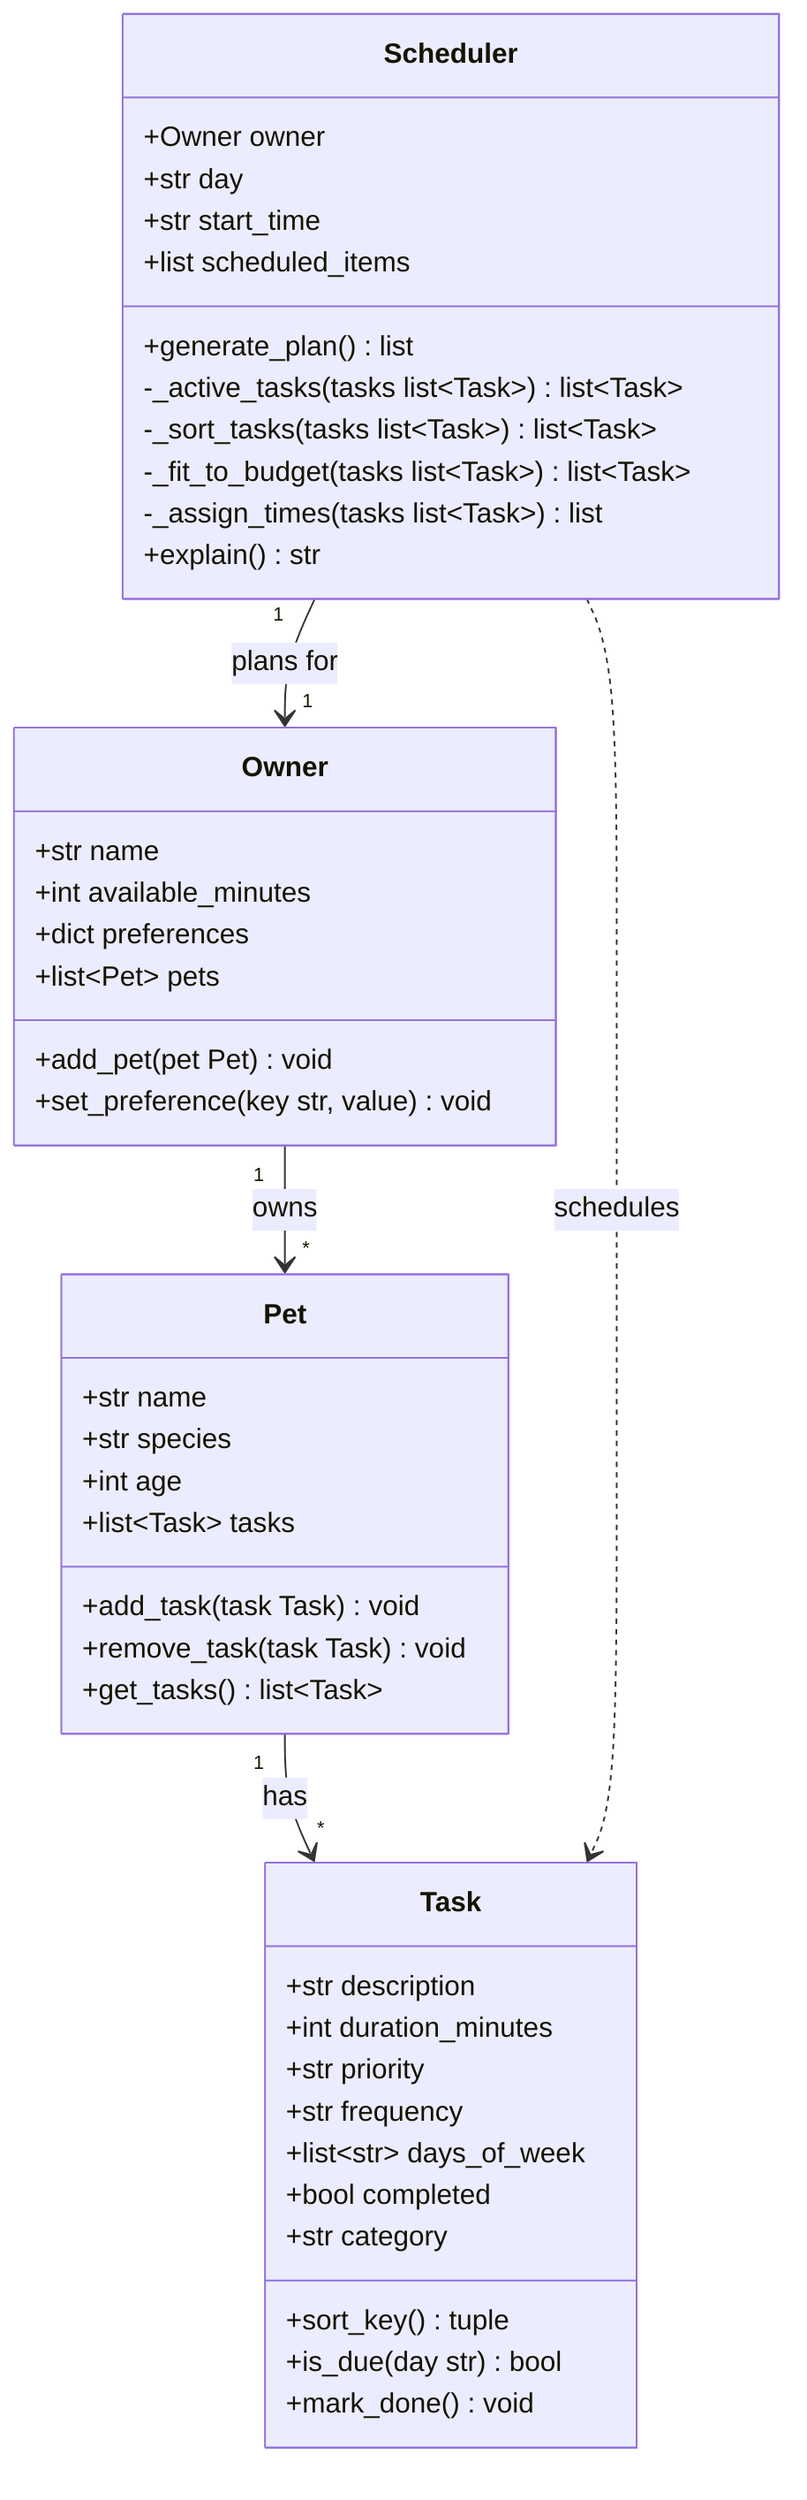
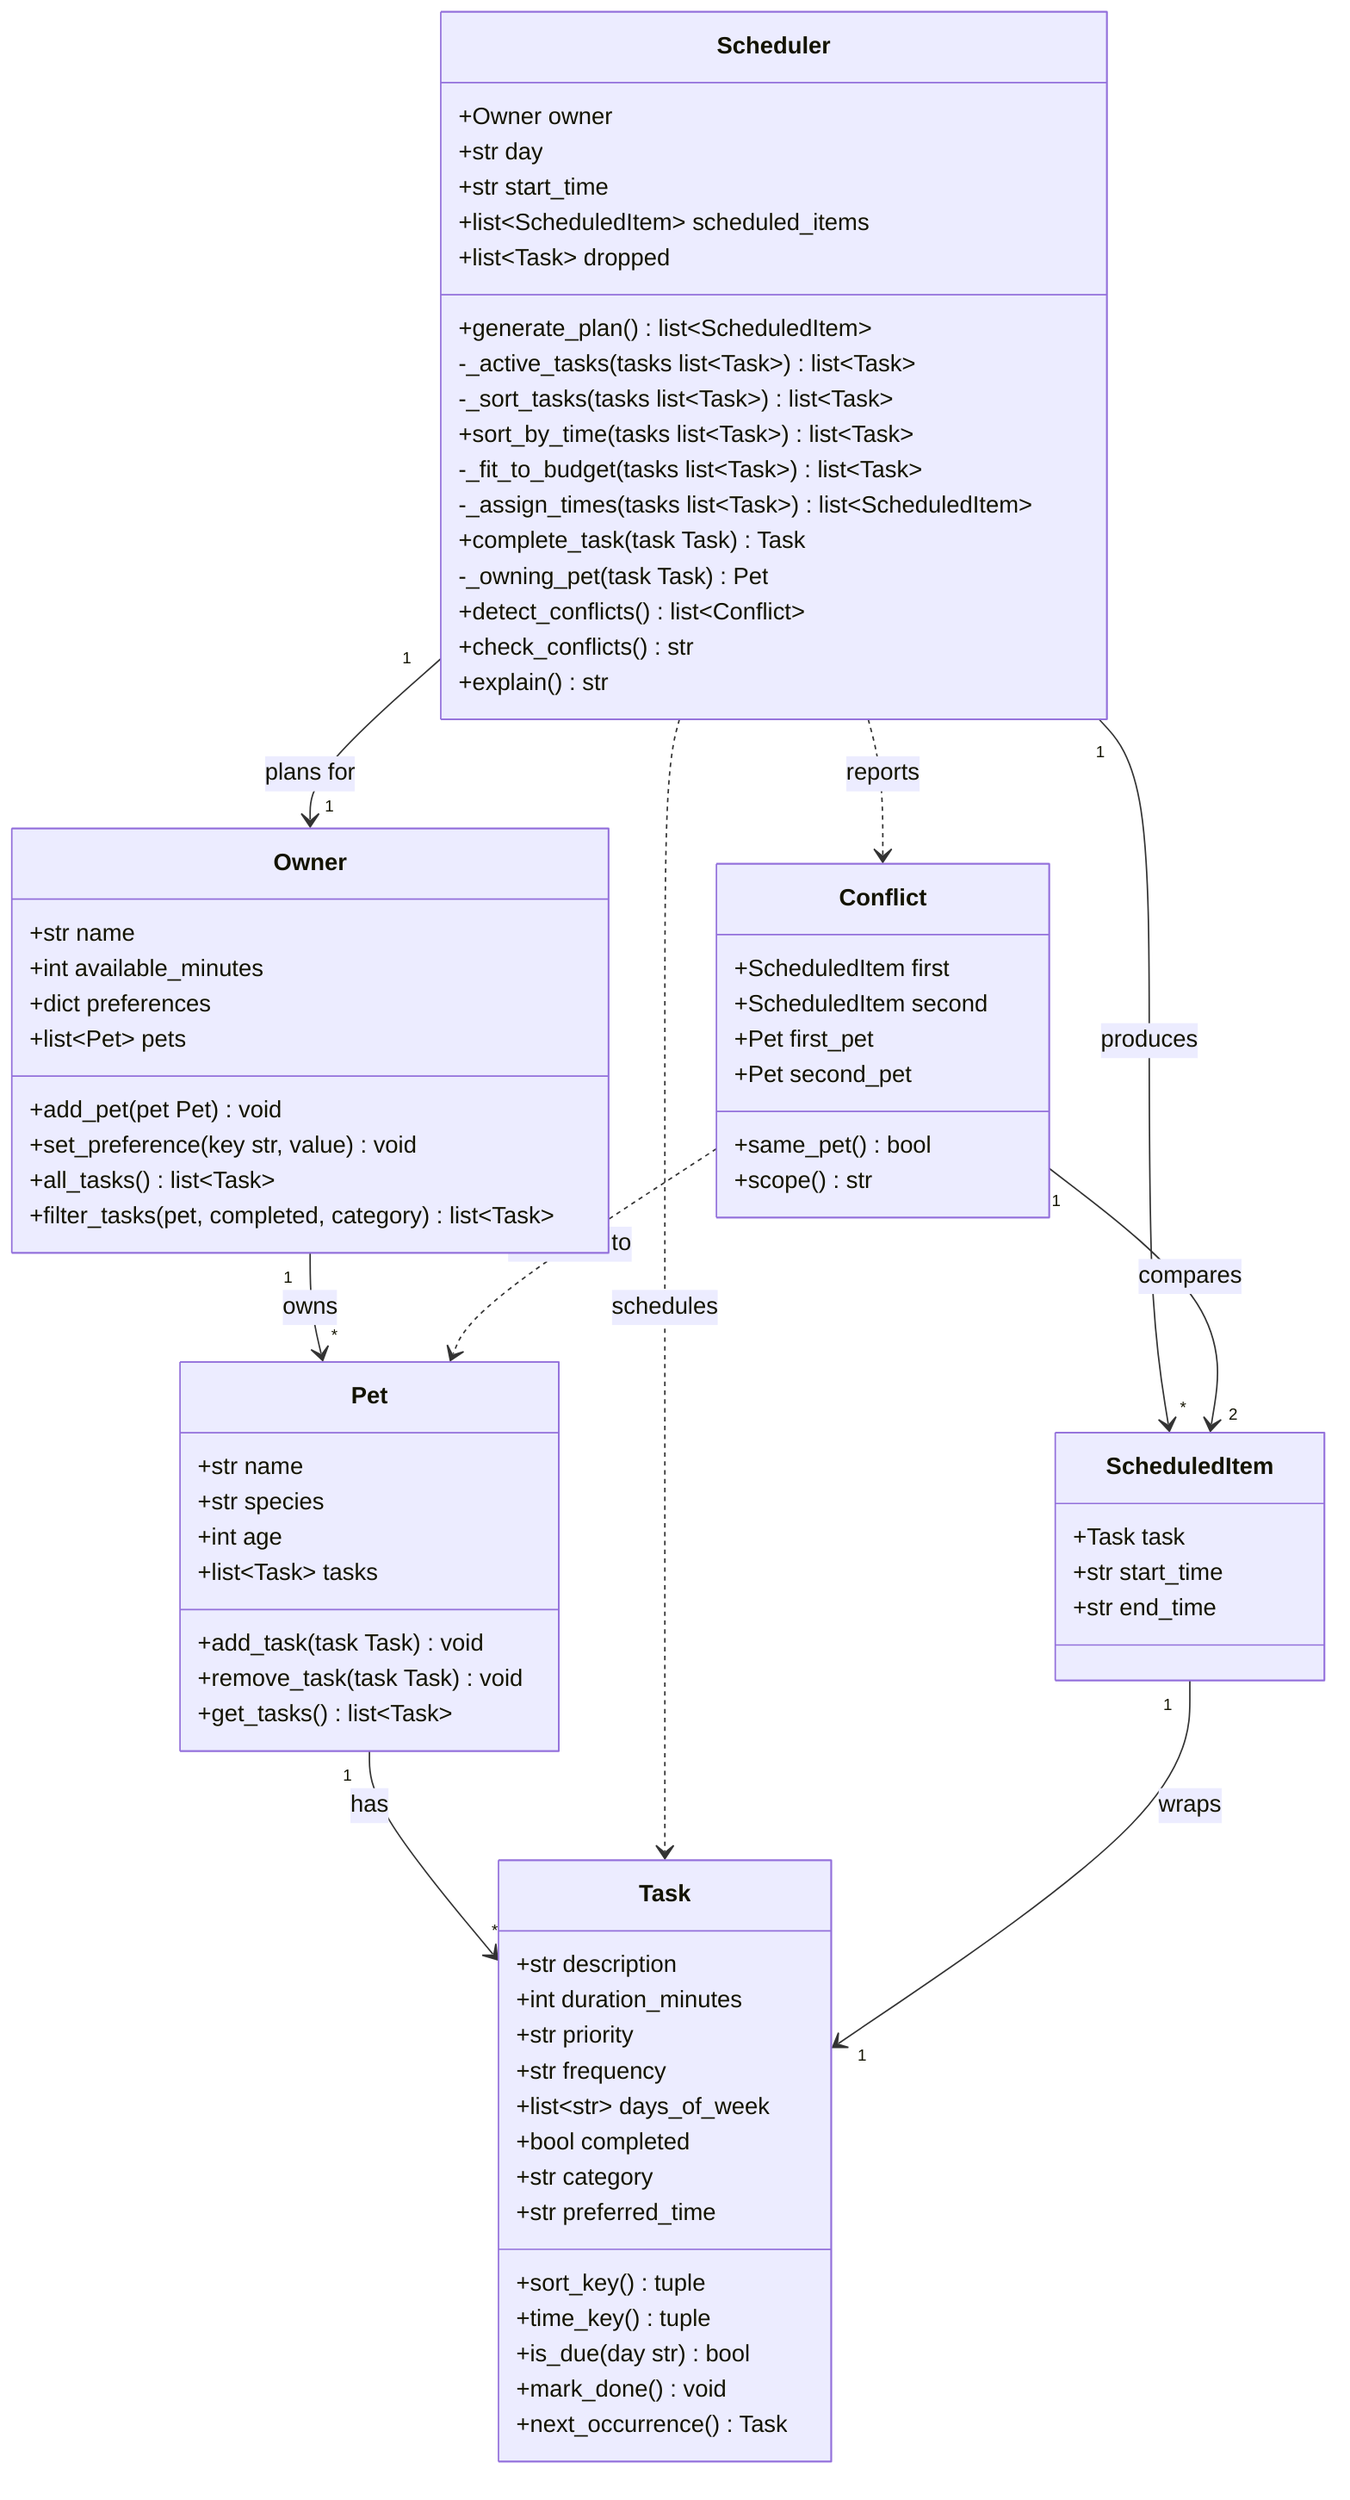
classDiagram
    %% PawPal+ class diagram
-     %% Owner has Pets, Pets have Tasks, Scheduler builds a daily plan from Tasks + constraints.
+     %% Owner has Pets, Pets have Tasks, Scheduler builds a daily plan (ScheduledItems)
+     %% from Tasks + constraints and reports overlaps as Conflicts.

    class Owner {
        +str name
        +int available_minutes
        +dict preferences
        +list~Pet~ pets
        +add_pet(pet Pet) void
        +set_preference(key str, value) void
+         +all_tasks() list~Task~
+         +filter_tasks(pet, completed, category) list~Task~
    }

    class Pet {
        +str name
        +str species
        +int age
        +list~Task~ tasks
        +add_task(task Task) void
        +remove_task(task Task) void
        +get_tasks() list~Task~
    }

    class Task {
        +str description
        +int duration_minutes
        +str priority
        +str frequency
        +list~str~ days_of_week
        +bool completed
        +str category
+         +str preferred_time
        +sort_key() tuple
+         +time_key() tuple
        +is_due(day str) bool
        +mark_done() void
+         +next_occurrence() Task
    }

    class Scheduler {
        +Owner owner
        +str day
        +str start_time
-         +list scheduled_items
-         +generate_plan() list
+         +list~ScheduledItem~ scheduled_items
+         +list~Task~ dropped
+         +generate_plan() list~ScheduledItem~
        -_active_tasks(tasks list~Task~) list~Task~
        -_sort_tasks(tasks list~Task~) list~Task~
+         +sort_by_time(tasks list~Task~) list~Task~
        -_fit_to_budget(tasks list~Task~) list~Task~
-         -_assign_times(tasks list~Task~) list
+         -_assign_times(tasks list~Task~) list~ScheduledItem~
+         +complete_task(task Task) Task
+         -_owning_pet(task Task) Pet
+         +detect_conflicts() list~Conflict~
+         +check_conflicts() str
        +explain() str
+     }
+ 
+     class ScheduledItem {
+         +Task task
+         +str start_time
+         +str end_time
+     }
+ 
+     class Conflict {
+         +ScheduledItem first
+         +ScheduledItem second
+         +Pet first_pet
+         +Pet second_pet
+         +same_pet() bool
+         +scope() str
    }

    Owner "1" --> "*" Pet : owns
    Pet "1" --> "*" Task : has
    Scheduler "1" --> "1" Owner : plans for
    Scheduler ..> Task : schedules
+     Scheduler "1" --> "*" ScheduledItem : produces
+     Scheduler ..> Conflict : reports
+     ScheduledItem "1" --> "1" Task : wraps
+     Conflict "1" --> "2" ScheduledItem : compares
+     Conflict ..> Pet : attributes to
